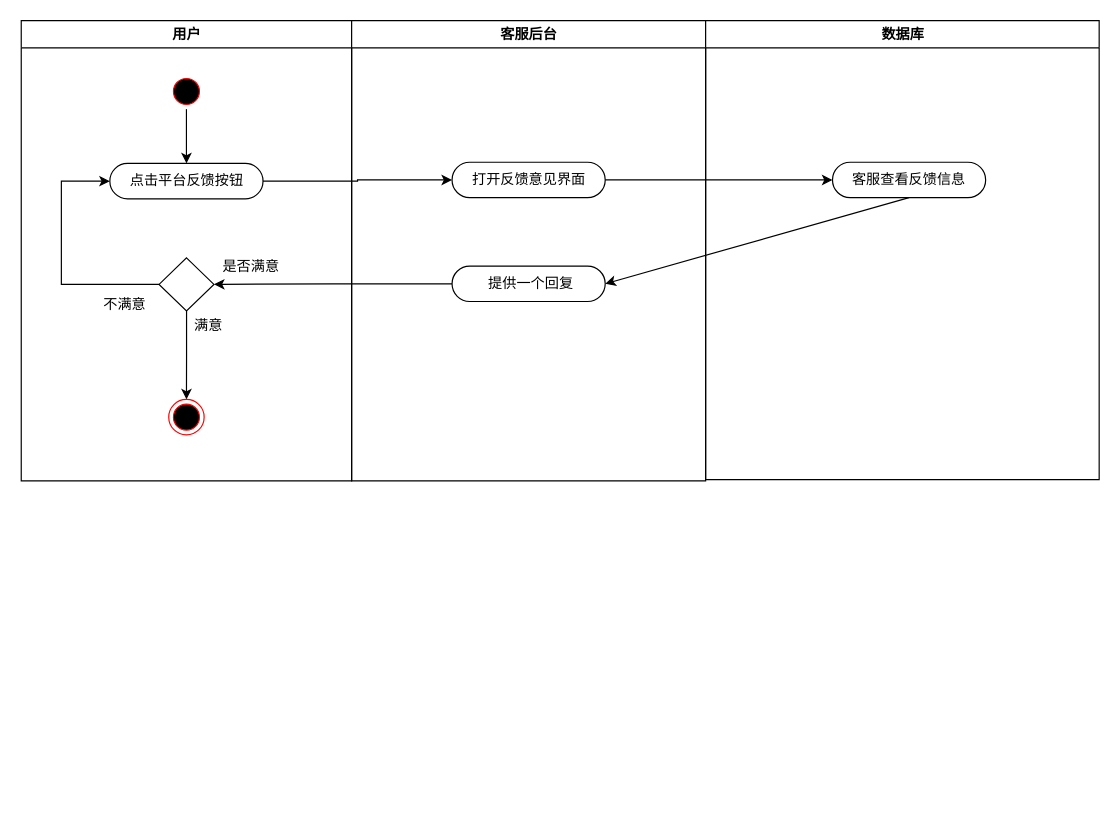
Before: 退货协商活动图.drawio in 200928/image, a draw.io diagram. Source tidied: cells renumbered, new cells numbered last; positions are measured from the earlier drawing's top-left corner, leaving out a move shared by most shapes. Both pictures are drawn from the tidied source at 118%, with x=0, y=0 at pixel (20, 20).
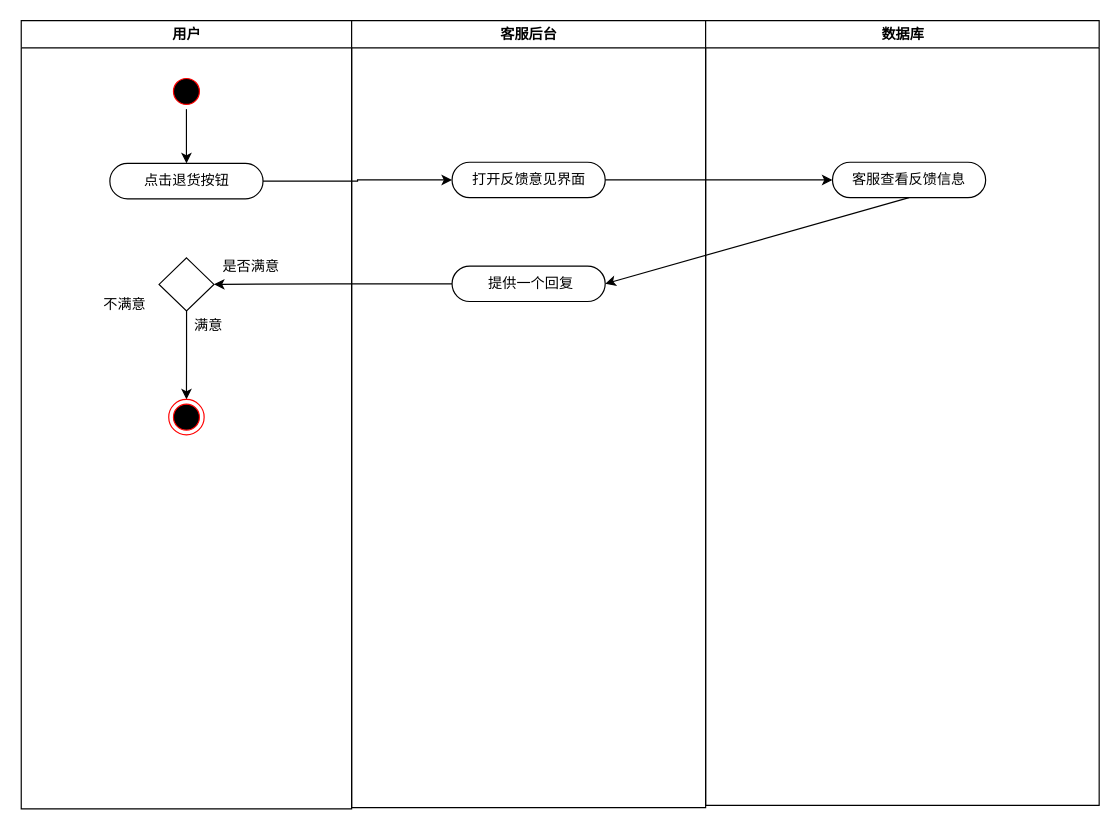
After the change.

Commit message (it also covers changes not shown here):
更新退货协商活动图.drawio

The change refers to these unchanged cells:
```xml
<mxCell id="8" style="rhombus;whiteSpace=wrap;html=1;" parent="2" vertex="1">
  <mxGeometry x="116.8" y="201" width="46.5" height="45" as="geometry" />
</mxCell>
```

What changed in the source:
```diff
@@
     <mxCell id="2" value="用户" style="swimlane;whiteSpace=wrap;" parent="1" vertex="1">
-      <mxGeometry x="0.5" width="280" height="390" as="geometry" />
+      <mxGeometry x="0.5" width="280" height="668" as="geometry" />
     </mxCell>
@@
-    <mxCell id="5" value="点击平台反馈按钮" style="rounded=1;whiteSpace=wrap;html=1;arcSize=50;" parent="2" vertex="1">
+    <mxCell id="5" value="点击退货按钮" style="rounded=1;whiteSpace=wrap;html=1;arcSize=50;" parent="2" vertex="1">
       <mxGeometry x="75.1" y="121" width="129.8" height="30" as="geometry" />
     </mxCell>
-    <mxCell id="6" style="edgeStyle=orthogonalEdgeStyle;rounded=0;jettySize=auto;html=1;entryX=0;entryY=0.5;entryDx=0;entryDy=0;exitX=0;exitY=0.5;exitDx=0;exitDy=0;" parent="2" edge="1" source="8" target="5">
-      <mxGeometry relative="1" as="geometry">
-        <Array as="points">
-          <mxPoint x="34" y="224" />
-          <mxPoint x="34" y="136" />
-        </Array>
-      </mxGeometry>
-    </mxCell>
@@
     <mxCell id="12" value="客服后台" style="swimlane;whiteSpace=wrap;" parent="1" vertex="1">
-      <mxGeometry x="280.5" width="300" height="390" as="geometry" />
+      <mxGeometry x="280.5" width="300" height="667" as="geometry" />
     </mxCell>
@@
     <mxCell id="15" value="数据库" style="swimlane;whiteSpace=wrap;startSize=23;" parent="1" vertex="1">
-      <mxGeometry x="580.5" width="333.5" height="389" as="geometry" />
+      <mxGeometry x="580.5" width="333.5" height="665" as="geometry" />
     </mxCell>
```
